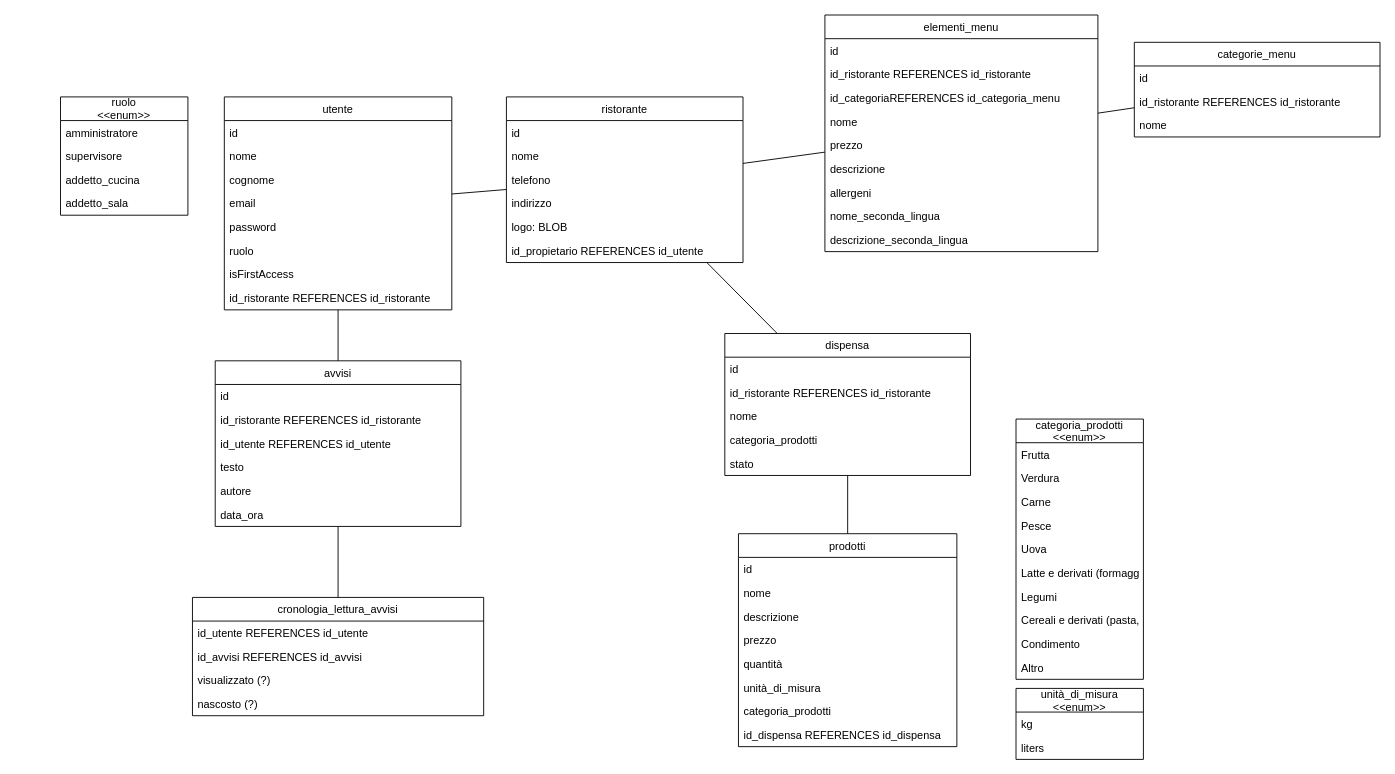
Earlier version of the draw.io diagram class diagrams/ChatGPT.drawio (CristianCarrella/Ratatouille23). Source tidied: cells renumbered, new cells numbered last; positions are measured from the earlier drawing's top-left corner, leaving out a move shared by most shapes. Both pictures are drawn from the tidied source at 91%, with x=0, y=0 at pixel (60, 15).
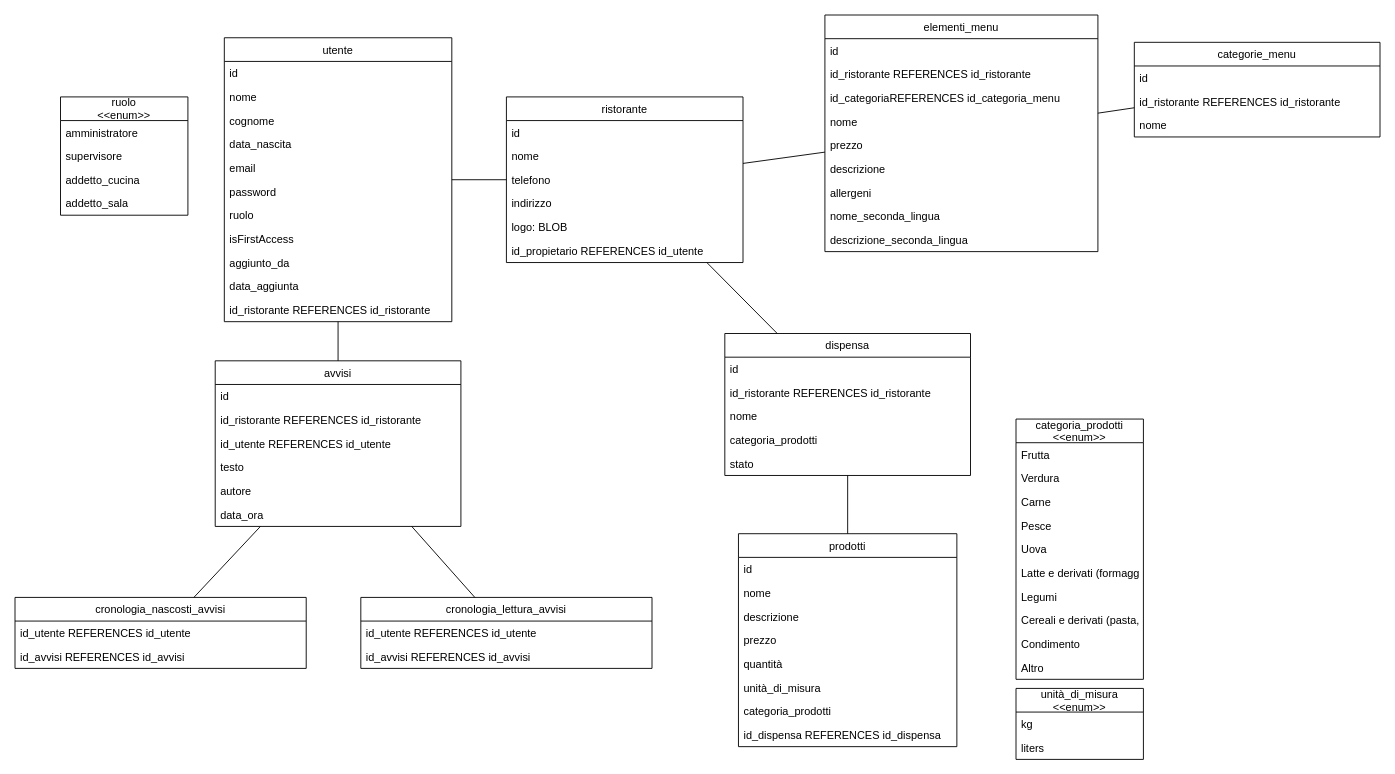
The same diagram, later.

Commit message (it also covers changes not shown here):
drawio e txt in pgsql del database di ChatGPT

The change refers to these unchanged cells:
```xml
<mxCell id="46" value="avvisi" style="swimlane;fontStyle=0;horizontal=1;startSize=26;fillColor=none;" parent="1" vertex="1">
  <mxGeometry x="170" y="380" width="270" height="182" as="geometry" />
</mxCell>
```

The edit, as a diff of the source:
```diff
@@
     <mxCell id="2" value="utente" style="swimlane;fontStyle=0;horizontal=1;startSize=26;fillColor=none;" parent="1" vertex="1">
-      <mxGeometry x="180" y="90" width="250" height="234" as="geometry" />
+      <mxGeometry x="180" y="25" width="250" height="312" as="geometry" />
     </mxCell>
@@
+    <mxCell id="85" value="data_nascita" style="text;strokeColor=none;fillColor=none;align=left;verticalAlign=top;spacingLeft=4;spacingRight=4;overflow=hidden;" parent="2" vertex="1">
+      <mxGeometry y="104" width="250" height="26" as="geometry" />
+    </mxCell>
     <mxCell id="6" value="email" style="text;strokeColor=none;fillColor=none;align=left;verticalAlign=top;spacingLeft=4;spacingRight=4;overflow=hidden;" parent="2" vertex="1">
-      <mxGeometry y="104" width="250" height="26" as="geometry" />
+      <mxGeometry y="130" width="250" height="26" as="geometry" />
     </mxCell>
     <mxCell id="7" value="password" style="text;strokeColor=none;fillColor=none;align=left;verticalAlign=top;spacingLeft=4;spacingRight=4;overflow=hidden;" parent="2" vertex="1">
-      <mxGeometry y="130" width="250" height="26" as="geometry" />
+      <mxGeometry y="156" width="250" height="26" as="geometry" />
     </mxCell>
     <mxCell id="8" value="ruolo" style="text;strokeColor=none;fillColor=none;align=left;verticalAlign=top;spacingLeft=4;spacingRight=4;overflow=hidden;" parent="2" vertex="1">
-      <mxGeometry y="156" width="250" height="26" as="geometry" />
+      <mxGeometry y="182" width="250" height="26" as="geometry" />
     </mxCell>
     <mxCell id="9" value="isFirstAccess" style="text;strokeColor=none;fillColor=none;align=left;verticalAlign=top;spacingLeft=4;spacingRight=4;overflow=hidden;" parent="2" vertex="1">
-      <mxGeometry y="182" width="250" height="26" as="geometry" />
+      <mxGeometry y="208" width="250" height="26" as="geometry" />
     </mxCell>
+    <mxCell id="86" value="aggiunto_da" style="text;strokeColor=none;fillColor=none;align=left;verticalAlign=top;spacingLeft=4;spacingRight=4;overflow=hidden;" parent="2" vertex="1">
+      <mxGeometry y="234" width="250" height="26" as="geometry" />
+    </mxCell>
+    <mxCell id="87" value="data_aggiunta" style="text;strokeColor=none;fillColor=none;align=left;verticalAlign=top;spacingLeft=4;spacingRight=4;overflow=hidden;" parent="2" vertex="1">
+      <mxGeometry y="260" width="250" height="26" as="geometry" />
+    </mxCell>
     <mxCell id="10" value="id_ristorante REFERENCES id_ristorante" style="text;strokeColor=none;fillColor=none;align=left;verticalAlign=top;spacingLeft=4;spacingRight=4;overflow=hidden;" parent="2" vertex="1">
-      <mxGeometry y="208" width="250" height="26" as="geometry" />
+      <mxGeometry y="286" width="250" height="26" as="geometry" />
     </mxCell>
@@
     <mxCell id="53" value="cronologia_lettura_avvisi" style="swimlane;fontStyle=0;horizontal=1;startSize=26;fillColor=none;" parent="1" vertex="1">
-      <mxGeometry x="145" y="640" width="320" height="130" as="geometry" />
+      <mxGeometry x="330" y="640" width="320" height="78" as="geometry" />
     </mxCell>
@@
-    <mxCell id="56" value="visualizzato (?)" style="text;strokeColor=none;fillColor=none;align=left;verticalAlign=top;spacingLeft=4;spacingRight=4;overflow=hidden;" parent="53" vertex="1">
-      <mxGeometry y="78" width="320" height="26" as="geometry" />
-    </mxCell>
-    <mxCell id="57" value="nascosto (?)" style="text;strokeColor=none;fillColor=none;align=left;verticalAlign=top;spacingLeft=4;spacingRight=4;overflow=hidden;" parent="53" vertex="1">
-      <mxGeometry y="104" width="320" height="26" as="geometry" />
-    </mxCell>
@@
+    <mxCell id="88" value="cronologia_nascosti_avvisi" style="swimlane;fontStyle=0;horizontal=1;startSize=26;fillColor=none;" parent="1" vertex="1">
+      <mxGeometry x="-50" y="640" width="320" height="78" as="geometry" />
+    </mxCell>
+    <mxCell id="89" value="id_utente REFERENCES id_utente" style="text;strokeColor=none;fillColor=none;align=left;verticalAlign=top;spacingLeft=4;spacingRight=4;overflow=hidden;" parent="88" vertex="1">
+      <mxGeometry y="26" width="320" height="26" as="geometry" />
+    </mxCell>
+    <mxCell id="90" value="id_avvisi REFERENCES id_avvisi" style="text;strokeColor=none;fillColor=none;align=left;verticalAlign=top;spacingLeft=4;spacingRight=4;overflow=hidden;" parent="88" vertex="1">
+      <mxGeometry y="52" width="320" height="26" as="geometry" />
+    </mxCell>
+    <mxCell id="91" style="endArrow=none;html=1;rounded=0;" parent="1" edge="1" source="88" target="46">
+      <mxGeometry relative="1" as="geometry" />
+    </mxCell>
```
